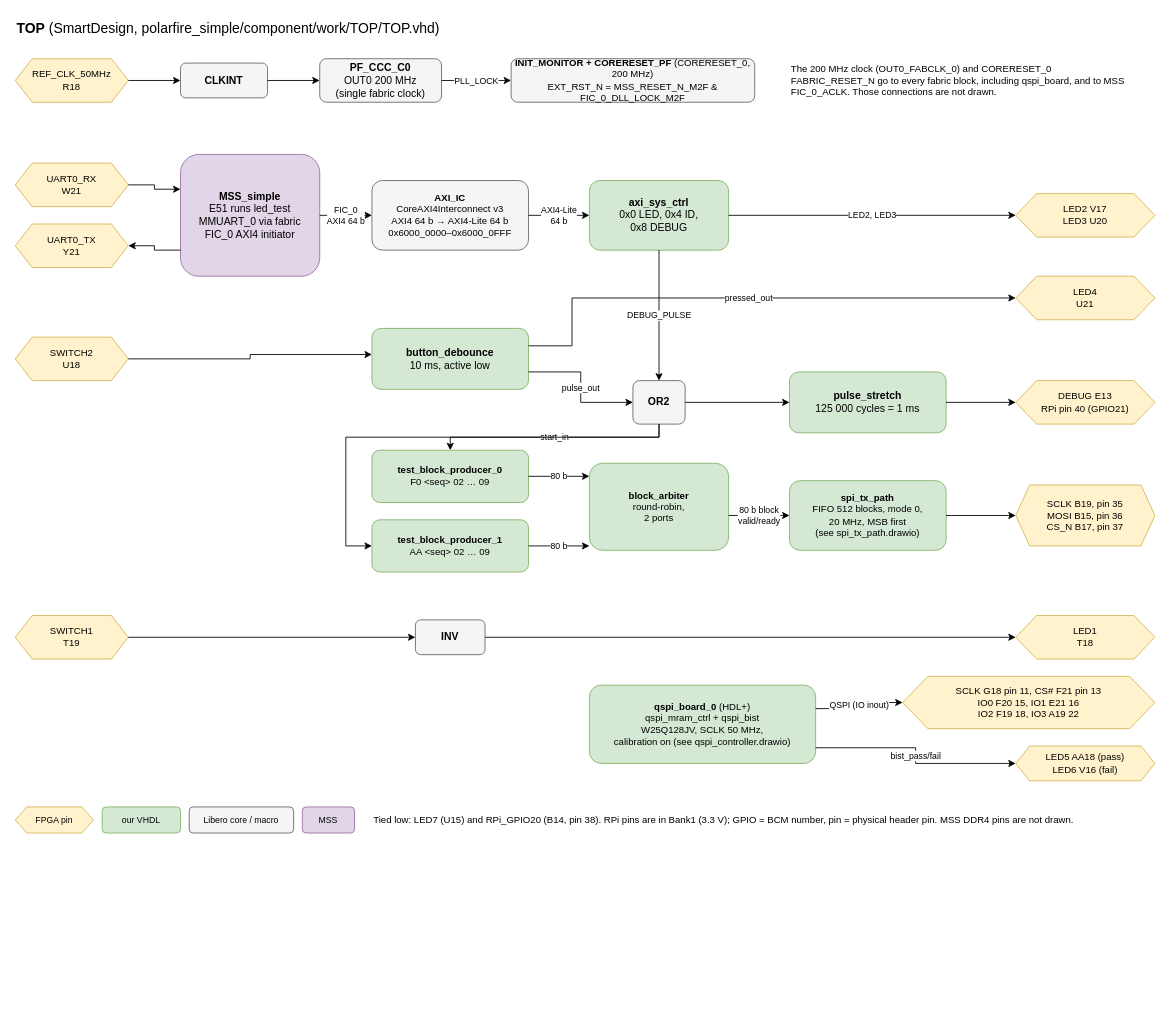
jenswilly/polarfire_simple keeps this draw.io diagram as documentation/top_level.drawio. Above is the earlier version. Source tidied: cells renumbered, new cells numbered last; positions are measured from the earlier drawing's top-left corner, leaving out a move shared by most shapes. Both pictures are drawn from the tidied source at 87%, with x=0, y=0 at pixel (15, 15).
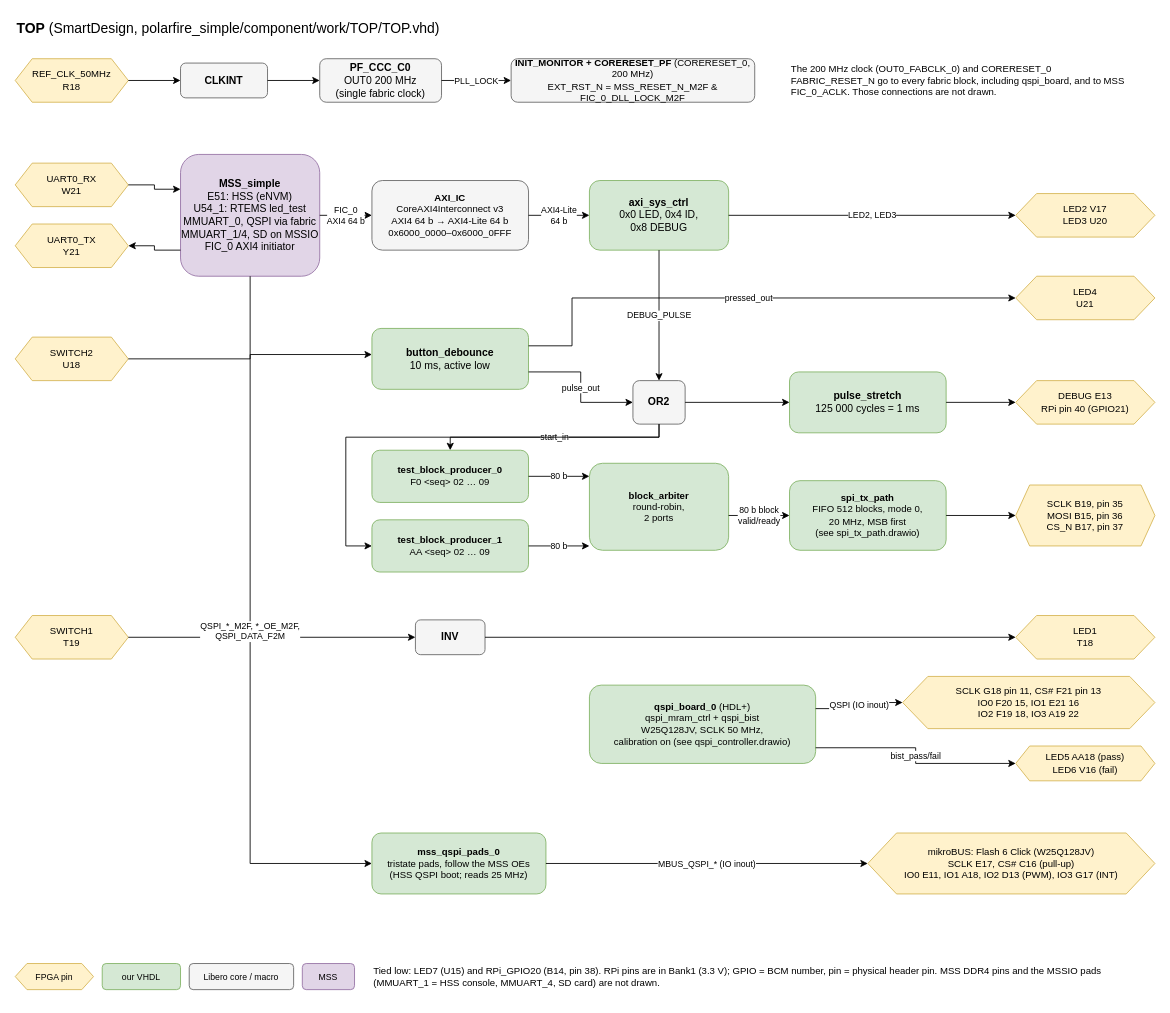
The same page after the edit.

Diff of the diagram source:
```diff
@@
-    <mxCell id="10" value="&lt;b&gt;MSS_simple&lt;/b&gt;&lt;br&gt;E51 runs led_test&lt;br&gt;MMUART_0 via fabric&lt;br&gt;FIC_0 AXI4 initiator" style="rounded=1;whiteSpace=wrap;html=1;fillColor=#e1d5e7;strokeColor=#9673a6;" parent="1" vertex="1">
+    <mxCell id="10" value="&lt;b&gt;MSS_simple&lt;/b&gt;&lt;br&gt;E51: HSS (eNVM)&lt;br&gt;U54_1: RTEMS led_test&lt;br&gt;MMUART_0, QSPI via fabric&lt;br&gt;MMUART_1/4, SD on MSSIO&lt;br&gt;FIC_0 AXI4 initiator" style="rounded=1;whiteSpace=wrap;html=1;fillColor=#e1d5e7;strokeColor=#9673a6;" parent="1" vertex="1">
       <mxGeometry x="190" y="160" width="160" height="140" as="geometry" />
     </mxCell>
@@
     <mxCell id="50" value="FPGA pin" style="shape=hexagon;perimeter=hexagonPerimeter2;whiteSpace=wrap;html=1;size=0.15;fillColor=#fff2cc;strokeColor=#d6b656;fontSize=10;" parent="1" vertex="1">
-      <mxGeometry y="910" width="90" height="30" as="geometry" />
+      <mxGeometry y="1090" width="90" height="30" as="geometry" />
     </mxCell>
     <mxCell id="51" value="our VHDL" style="rounded=1;whiteSpace=wrap;html=1;fillColor=#d5e8d4;strokeColor=#82b366;fontSize=10;" parent="1" vertex="1">
-      <mxGeometry x="100" y="910" width="90" height="30" as="geometry" />
+      <mxGeometry x="100" y="1090" width="90" height="30" as="geometry" />
     </mxCell>
     <mxCell id="52" value="Libero core / macro" style="rounded=1;whiteSpace=wrap;html=1;fillColor=#f5f5f5;strokeColor=#666666;fontSize=10;" parent="1" vertex="1">
-      <mxGeometry x="200" y="910" width="120" height="30" as="geometry" />
+      <mxGeometry x="200" y="1090" width="120" height="30" as="geometry" />
     </mxCell>
     <mxCell id="53" value="MSS" style="rounded=1;whiteSpace=wrap;html=1;fillColor=#e1d5e7;strokeColor=#9673a6;fontSize=10;" parent="1" vertex="1">
-      <mxGeometry x="330" y="910" width="60" height="30" as="geometry" />
+      <mxGeometry x="330" y="1090" width="60" height="30" as="geometry" />
     </mxCell>
-    <mxCell id="54" value="Tied low: LED7 (U15) and RPi_GPIO20 (B14, pin 38). RPi pins are in Bank1 (3.3 V); GPIO = BCM number, pin = physical header pin. MSS DDR4 pins are not drawn." style="text;html=1;align=left;verticalAlign=middle;whiteSpace=wrap;fontSize=11;" parent="1" vertex="1">
-      <mxGeometry x="410" y="900" width="900" height="50" as="geometry" />
+    <mxCell id="54" value="Tied low: LED7 (U15) and RPi_GPIO20 (B14, pin 38). RPi pins are in Bank1 (3.3 V); GPIO = BCM number, pin = physical header pin. MSS DDR4 pins and the MSSIO pads (MMUART_1 = HSS console, MMUART_4, SD card) are not drawn." style="text;html=1;align=left;verticalAlign=middle;whiteSpace=wrap;fontSize=11;" parent="1" vertex="1">
+      <mxGeometry x="410" y="1080" width="900" height="50" as="geometry" />
     </mxCell>
@@
+    <mxCell id="60" value="&lt;b&gt;mss_qspi_pads_0&lt;/b&gt;&lt;br&gt;tristate pads, follow the MSS OEs&lt;br&gt;(HSS QSPI boot; reads 25 MHz)" style="rounded=1;whiteSpace=wrap;html=1;fillColor=#d5e8d4;strokeColor=#82b366;fontSize=11;" parent="1" vertex="1">
+      <mxGeometry x="410" y="940" width="200" height="70" as="geometry" />
+    </mxCell>
+    <mxCell id="61" value="mikroBUS: Flash 6 Click (W25Q128JV)&lt;br&gt;SCLK E17, CS# C16 (pull-up)&lt;br&gt;IO0 E11, IO1 A18, IO2 D13 (PWM), IO3 G17 (INT)" style="shape=hexagon;perimeter=hexagonPerimeter2;whiteSpace=wrap;html=1;size=0.1;fillColor=#fff2cc;strokeColor=#d6b656;fontSize=11;" parent="1" vertex="1">
+      <mxGeometry x="980" y="940" width="330" height="70" as="geometry" />
+    </mxCell>
+    <mxCell id="62" value="QSPI_*_M2F, *_OE_M2F,&lt;br&gt;QSPI_DATA_F2M" style="edgeStyle=orthogonalEdgeStyle;rounded=0;html=1;fontSize=10;exitX=0.5;exitY=1;exitDx=0;exitDy=0;entryX=0;entryY=0.5;" parent="1" edge="1" source="10" target="60">
+      <mxGeometry relative="1" as="geometry" />
+    </mxCell>
+    <mxCell id="63" value="MBUS_QSPI_* (IO inout)" style="edgeStyle=orthogonalEdgeStyle;rounded=0;html=1;fontSize=10;exitX=1;exitY=0.5;entryX=0;entryY=0.5;" parent="1" edge="1" source="60" target="61">
+      <mxGeometry relative="1" as="geometry" />
+    </mxCell>
```
